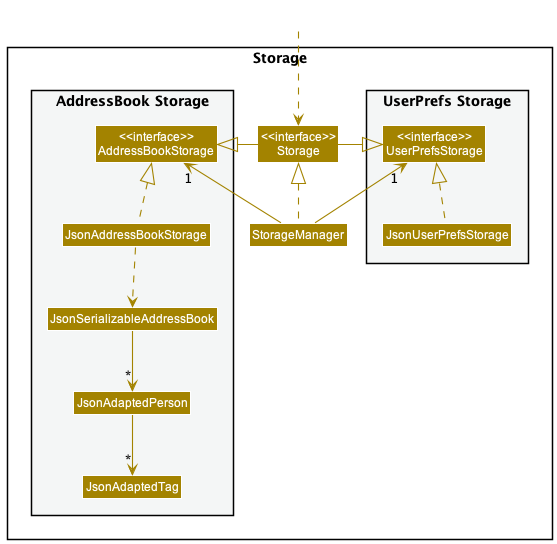
Before: docs/images/StorageClassDiagram.png, a diagram exported from PlantUML (nus-cs2103-AY2223S1/tp).
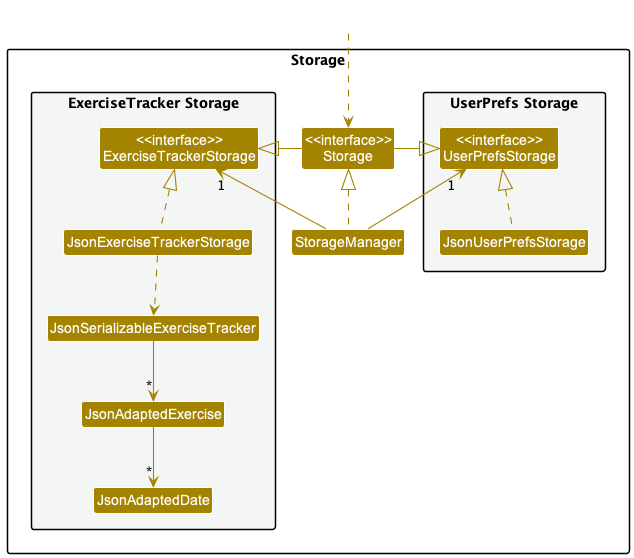
Above is the later version.

Commit message:
Rectify 'AddressBook' and 'JsonAdaptedDate' errors in StorageClassDiagram

What changed in the source:
```diff
@@ -14,12 +14,12 @@
 Class "<<interface>>\nStorage" as Storage
 Class StorageManager
 
-package "AddressBook Storage" #F4F6F6{
-Class "<<interface>>\nAddressBookStorage" as AddressBookStorage
-Class JsonAddressBookStorage
-Class JsonSerializableAddressBook
-Class JsonAdaptedPerson
-Class JsonAdaptedTag
+package "ExerciseTracker Storage" #F4F6F6{
+Class "<<interface>>\nExerciseTrackerStorage" as ExerciseTrackerStorage
+Class JsonExerciseTrackerStorage
+Class JsonSerializableExerciseTracker
+Class JsonAdaptedExercise
+Class JsonAdaptedDate
 }
 
 }
@@ -29,15 +29,15 @@
 
 StorageManager .up.|> Storage
 StorageManager -up-> "1" UserPrefsStorage
-StorageManager -up-> "1" AddressBookStorage
+StorageManager -up-> "1" ExerciseTrackerStorage
 
 Storage -left-|> UserPrefsStorage
-Storage -right-|> AddressBookStorage
+Storage -right-|> ExerciseTrackerStorage
 
 JsonUserPrefsStorage .up.|> UserPrefsStorage
-JsonAddressBookStorage .up.|> AddressBookStorage
-JsonAddressBookStorage ..> JsonSerializableAddressBook
-JsonSerializableAddressBook --> "*" JsonAdaptedPerson
-JsonAdaptedPerson --> "*" JsonAdaptedTag
+JsonExerciseTrackerStorage .up.|> ExerciseTrackerStorage
+JsonExerciseTrackerStorage ..> JsonSerializableExerciseTracker
+JsonSerializableExerciseTracker --> "*" JsonAdaptedExercise
+JsonAdaptedExercise --> "*" JsonAdaptedDate
 
 @enduml
```
